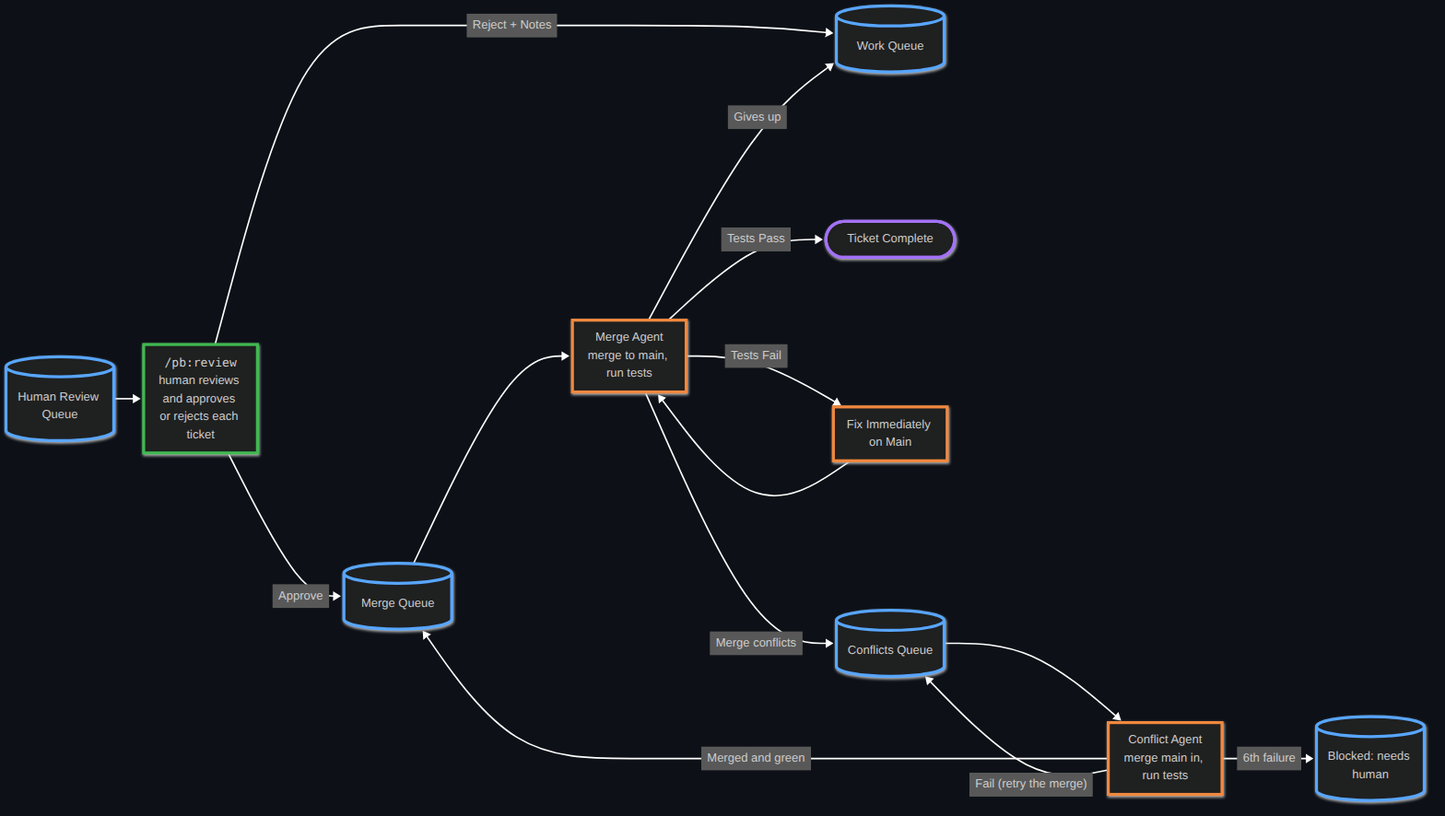
Before: images/handbook/pipeline-human-review.png, a diagram exported from Mermaid (ashleydavis/playbook). Its source is kept beside it as images/handbook/pipeline-human-review.mmd.
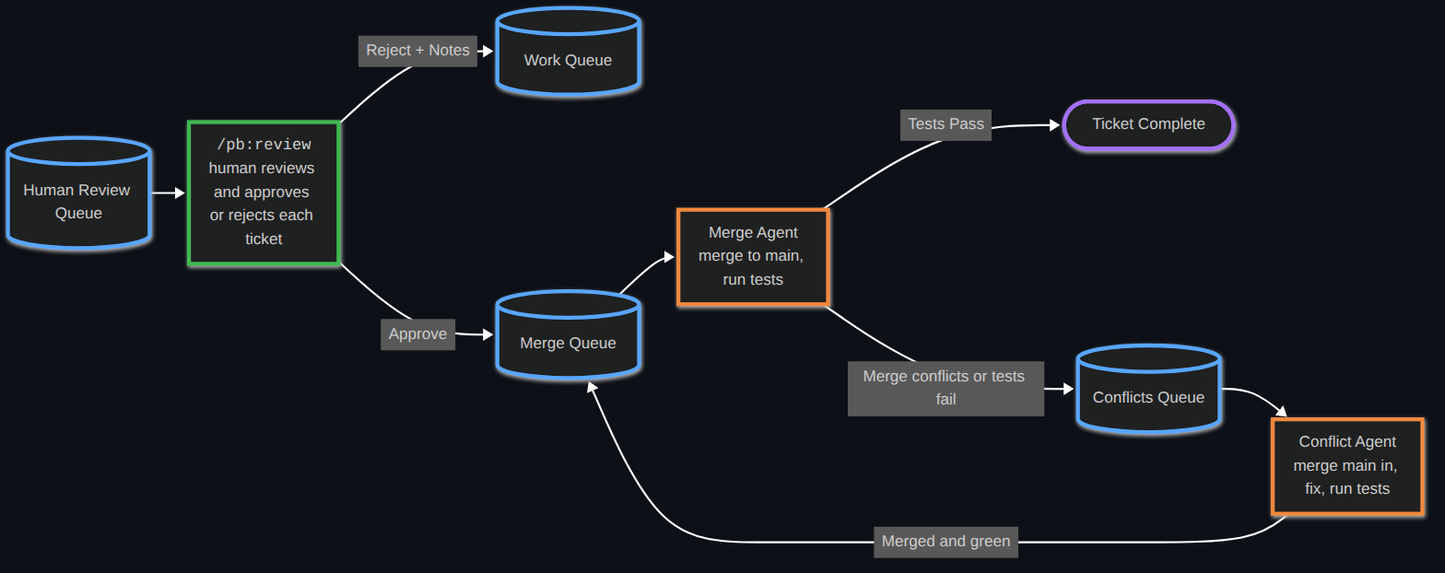
The same file after the commit.

Change to the diagram source:
```diff
@@ -8,20 +8,15 @@
     VIEW -->|Approve| MQ[("Merge Queue")]
     MQ --> MA["Merge Agent<br/>merge to main, run tests"]
     MA -->|Tests Pass| DONE(["Ticket Complete"])
-    MA -->|Tests Fail| FIX["Fix Immediately on Main"]
-    FIX --> MA
-    MA -->|"Gives up"| WQ
-    MA -->|"Merge conflicts"| CQ[("Conflicts Queue")]
-    CQ --> CA["Conflict Agent<br/>merge main in, run tests"]
+    MA -->|"Merge conflicts or tests fail"| CQ[("Conflicts Queue")]
+    CQ --> CA["Conflict Agent<br/>merge main in, fix, run tests"]
     CA -->|"Merged and green"| MQ
-    CA -->|"Fail (retry the merge)"| CQ
-    CA -->|"6th failure"| BLK[("Blocked: needs human")]
     classDef queue stroke:#58a6ff,stroke-width:4px
-    class HR,WQ,MQ,CQ,BLK queue
+    class HR,WQ,MQ,CQ queue
     classDef human stroke:#3fb950,stroke-width:4px
     classDef agent stroke:#f0883e,stroke-width:4px
     class VIEW human
-    class MA,FIX,CA agent
+    class MA,CA agent
     classDef done stroke:#a371f7,stroke-width:4px
     class DONE done
     linkStyle default stroke:#ffffff,stroke-width:2px
```
